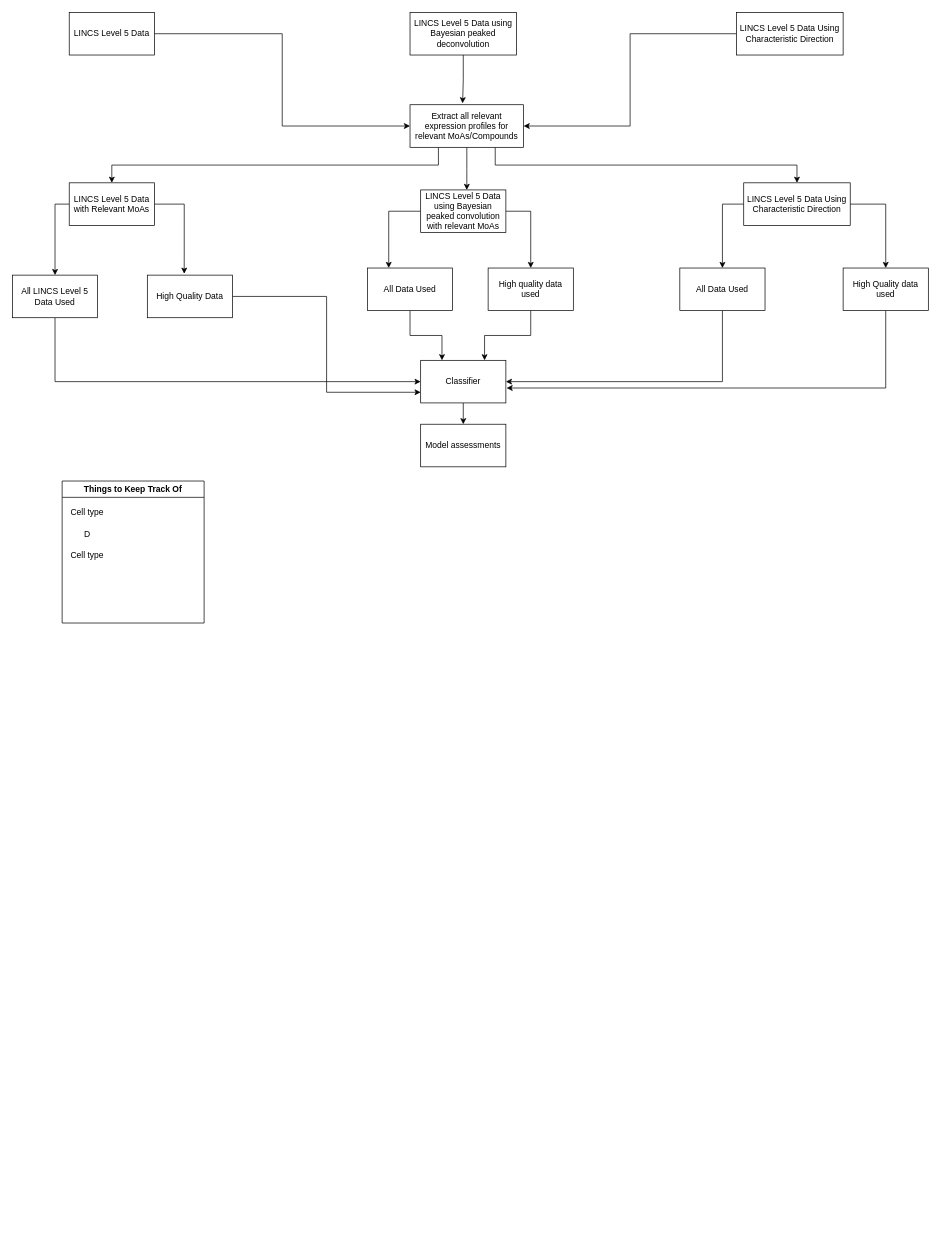
Earlier version of the draw.io diagram Data_set_Assessment.drawio (sverige16/m_thesis). Source tidied: cells renumbered, new cells numbered last; positions are measured from the earlier drawing's top-left corner, leaving out a move shared by most shapes. Both pictures are drawn from the tidied source at 71%, with x=0, y=0 at pixel (12, 12).
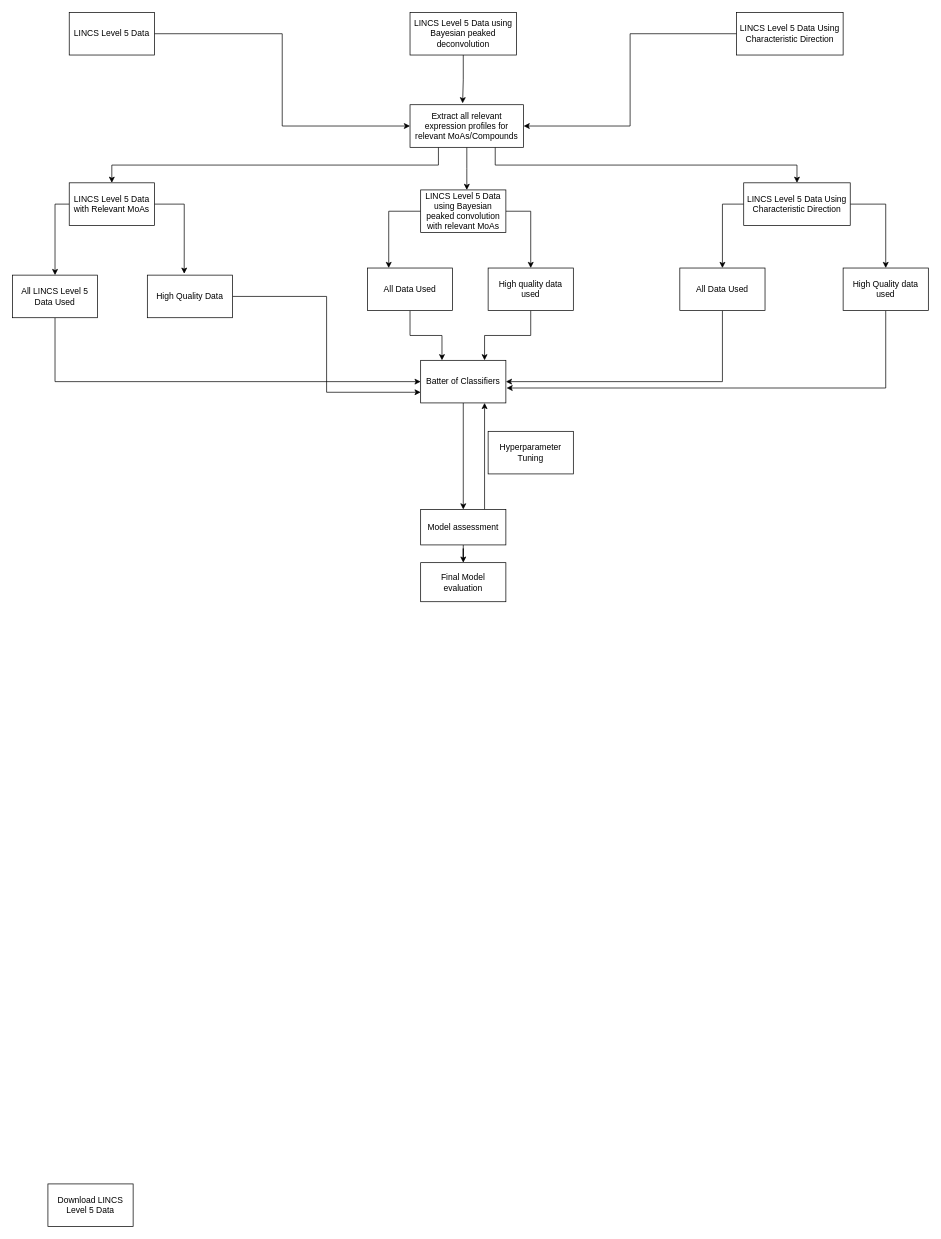
After the change.

The edit, as a diff of the source:
```diff
@@
-    <mxCell id="20" value="Things to Keep Track Of" style="swimlane;whiteSpace=wrap;html=1;" parent="1" vertex="1">
-      <mxGeometry x="70" y="660" width="200" height="200" as="geometry" />
-    </mxCell>
-    <mxCell id="21" value="Cell type" style="text;html=1;align=center;verticalAlign=middle;strokeColor=none;fillColor=none;" parent="20" vertex="1">
-      <mxGeometry y="30" width="70" height="30" as="geometry" />
-    </mxCell>
-    <mxCell id="22" value="D" style="text;html=1;align=center;verticalAlign=middle;strokeColor=none;fillColor=none;" parent="20" vertex="1">
-      <mxGeometry x="20" y="60" width="30" height="30" as="geometry" />
-    </mxCell>
-    <mxCell id="23" value="Cell type" style="text;html=1;align=center;verticalAlign=middle;strokeColor=none;fillColor=none;" parent="20" vertex="1">
-      <mxGeometry y="90" width="70" height="30" as="geometry" />
-    </mxCell>
@@
-    <mxCell id="38" value="Classifier" style="rounded=0;whiteSpace=wrap;html=1;" parent="1" vertex="1">
+    <mxCell id="38" value="Batter of Classifiers" style="rounded=0;whiteSpace=wrap;html=1;" parent="1" vertex="1">
       <mxGeometry x="575" y="490" width="120" height="60" as="geometry" />
     </mxCell>
+    <mxCell id="40" style="edgeStyle=orthogonalEdgeStyle;rounded=0;jettySize=auto;html=1;exitX=0.75;exitY=0;exitDx=0;exitDy=0;entryX=0.75;entryY=1;entryDx=0;entryDy=0;" parent="1" edge="1" source="39" target="38">
+      <mxGeometry relative="1" as="geometry" />
+    </mxCell>
+    <mxCell id="41" style="edgeStyle=orthogonalEdgeStyle;rounded=0;jettySize=auto;html=1;" parent="1" edge="1" source="39" target="43">
+      <mxGeometry relative="1" as="geometry" />
+    </mxCell>
-    <mxCell id="39" value="Model assessments" style="rounded=0;whiteSpace=wrap;html=1;" parent="1" vertex="1">
-      <mxGeometry x="575" y="580" width="120" height="60" as="geometry" />
+    <mxCell id="39" value="Model assessment" style="rounded=0;whiteSpace=wrap;html=1;" parent="1" vertex="1">
+      <mxGeometry x="575" y="700" width="120" height="50" as="geometry" />
     </mxCell>
+    <mxCell id="42" value="Hyperparameter Tuning" style="rounded=0;whiteSpace=wrap;html=1;" parent="1" vertex="1">
+      <mxGeometry x="670" y="590" width="120" height="60" as="geometry" />
+    </mxCell>
+    <mxCell id="43" value="Final Model evaluation" style="rounded=0;whiteSpace=wrap;html=1;" parent="1" vertex="1">
+      <mxGeometry x="575" y="775" width="120" height="55" as="geometry" />
+    </mxCell>
+    <mxCell id="44" value="Download LINCS Level 5 Data" style="rounded=0;whiteSpace=wrap;html=1;" parent="1" vertex="1">
+      <mxGeometry x="50" y="1650" width="120" height="60" as="geometry" />
+    </mxCell>
```
